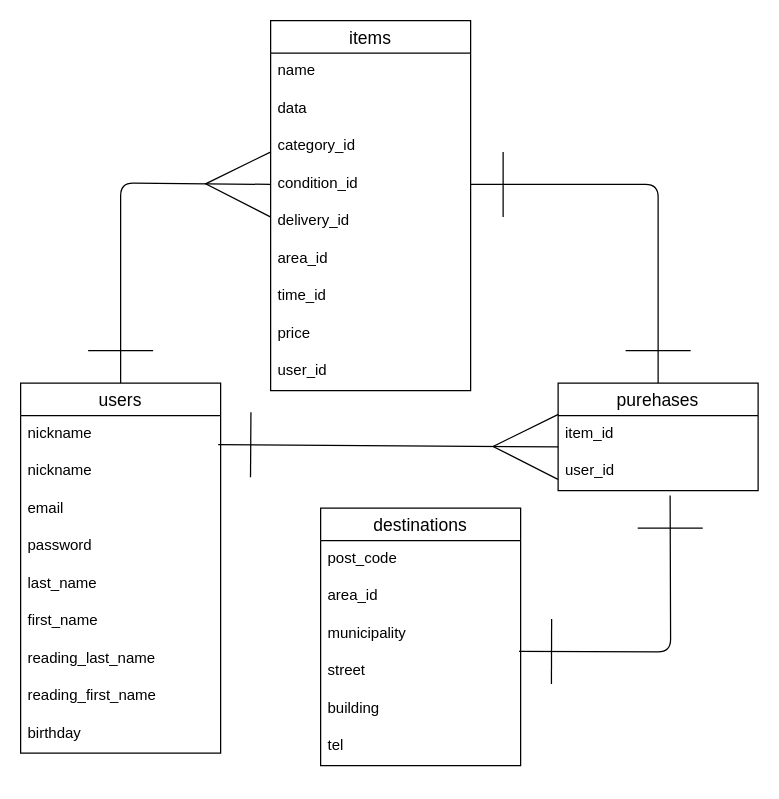
This is furima-40398.dio from morikentarou/furima-40398, a draw.io file, before an edit. Source tidied: cells renumbered, new cells numbered last; positions are measured from the earlier drawing's top-left corner, leaving out a move shared by most shapes. Both pictures are drawn from the tidied source at 125%, with x=0, y=0 at pixel (20, 20).
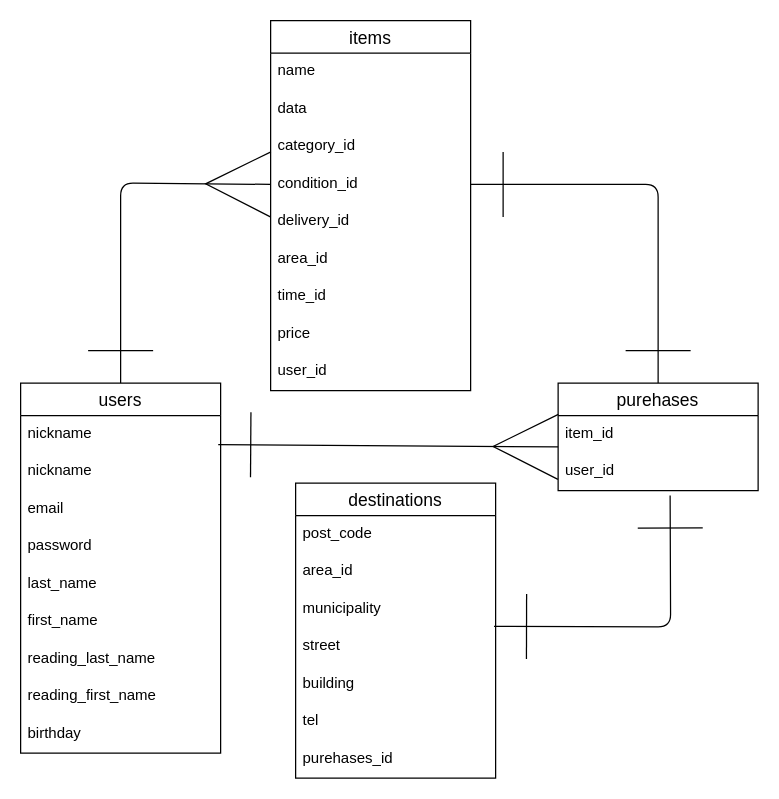
After the change.

Unchanged cells that the change refers to:
```xml
<mxCell id="27" value="user_id" style="text;strokeColor=none;fillColor=none;spacingLeft=4;spacingRight=4;overflow=hidden;points=[[0,0.5],[1,0.5]];portConstraint=eastwest;fontSize=12;" parent="25" vertex="1">
  <mxGeometry y="56" width="160" height="30" as="geometry" />
</mxCell>
<mxCell id="33" value="municipality" style="text;strokeColor=none;fillColor=none;spacingLeft=4;spacingRight=4;overflow=hidden;points=[[0,0.5],[1,0.5]];portConstraint=eastwest;fontSize=12;" parent="30" vertex="1">
  <mxGeometry y="86" width="160" height="30" as="geometry" />
</mxCell>
```

What changed in the source:
```diff
@@
     <mxCell id="29" style="edgeStyle=none;jumpSize=31;html=1;exitX=0.992;exitY=0.954;exitDx=0;exitDy=0;strokeWidth=1;startArrow=ERone;startFill=0;endArrow=ERone;endFill=0;startSize=50;endSize=50;targetPerimeterSpacing=0;entryX=0.56;entryY=1.133;entryDx=0;entryDy=0;entryPerimeter=0;exitPerimeter=0;" parent="1" edge="1" source="33" target="27">
       <mxGeometry relative="1" as="geometry">
         <Array as="points">
-          <mxPoint x="520" y="505" />
+          <mxPoint x="520" y="485" />
         </Array>
       </mxGeometry>
     </mxCell>
     <mxCell id="30" value="destinations" style="swimlane;fontStyle=0;horizontal=1;startSize=26;align=center;fontSize=14;" parent="1" vertex="1">
-      <mxGeometry x="240" y="390" width="160" height="206" as="geometry" />
+      <mxGeometry x="220" y="370" width="160" height="236" as="geometry" />
     </mxCell>
@@
+    <mxCell id="37" value="purehases_id" style="text;strokeColor=none;fillColor=none;spacingLeft=4;spacingRight=4;overflow=hidden;fontSize=12;" parent="30" vertex="1">
+      <mxGeometry y="206" width="160" height="30" as="geometry" />
+    </mxCell>
```
